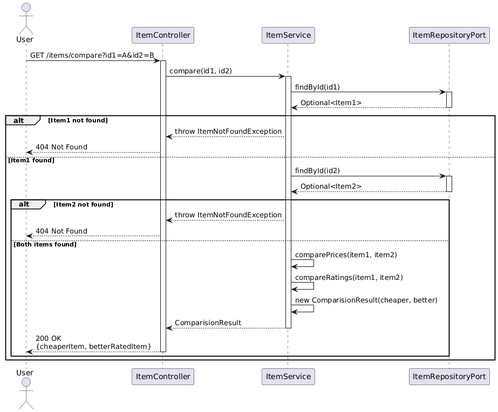
Before: docs/png/comparision.png, a diagram exported from PlantUML (LautaroGaray/hackerrank-api-items-comparision).
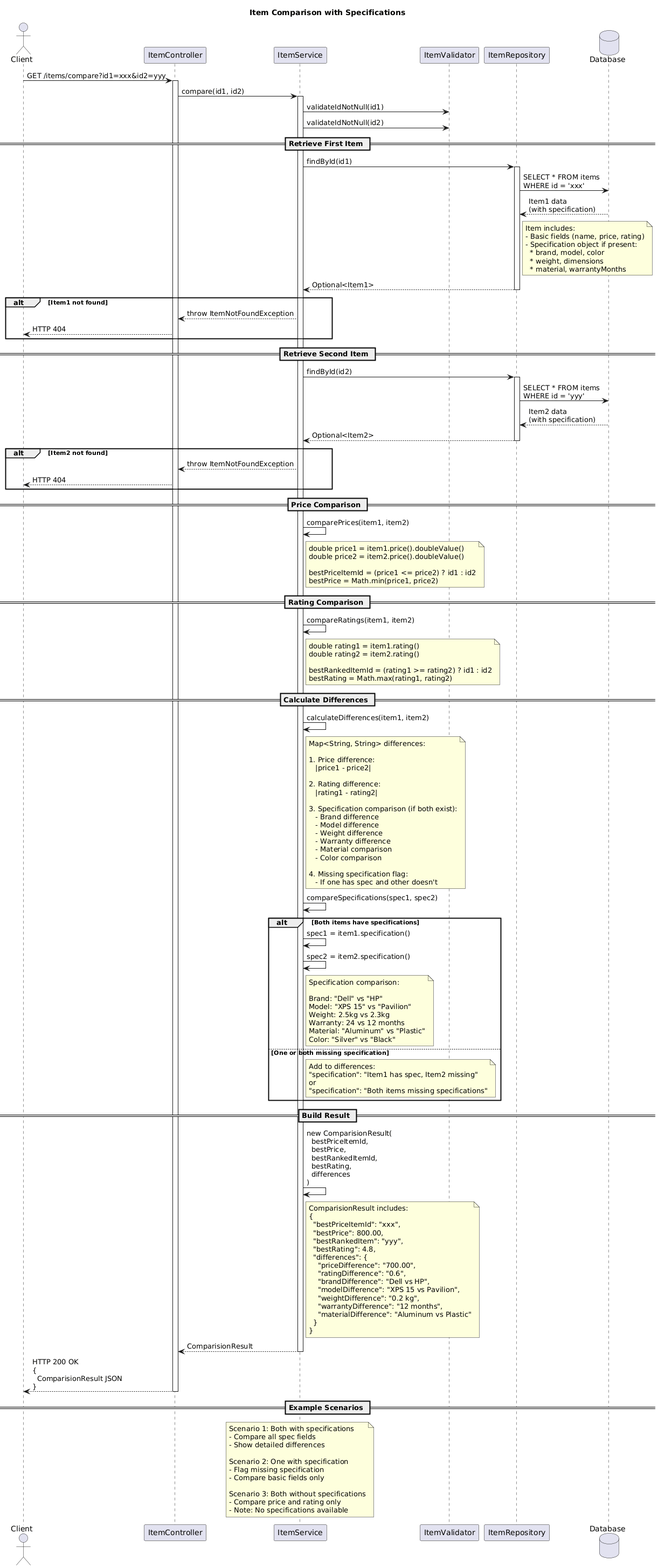
Later version of the same file.

Diff of the diagram source:
```diff
@@ -1,42 +1,177 @@
 @startuml
-actor User
-participant "ItemController" as Controller
-participant "ItemService" as Service
-participant "ItemRepositoryPort" as Repo
+actor Client
+participant ItemController
+participant ItemService
+participant ItemValidator
+participant ItemRepository
+database Database
 
-User -> Controller: GET /items/compare?id1=A&id2=B
-activate Controller
+title Item Comparison with Specifications
 
-Controller -> Service: compare(id1, id2)
-activate Service
+Client -> ItemController: GET /items/compare?id1=xxx&id2=yyy
+activate ItemController
 
-Service -> Repo: findById(id1)
-activate Repo
-Repo --> Service: Optional<Item1>
-deactivate Repo
+ItemController -> ItemService: compare(id1, id2)
+activate ItemService
+
+ItemService -> ItemValidator: validateIdNotNull(id1)
+ItemService -> ItemValidator: validateIdNotNull(id2)
+
+== Retrieve First Item ==
+
+ItemService -> ItemRepository: findById(id1)
+activate ItemRepository
+
+ItemRepository -> Database: SELECT * FROM items\nWHERE id = 'xxx'
+Database --> ItemRepository: Item1 data\n(with specification)
+
+note right of ItemRepository
+  Item includes:
+  - Basic fields (name, price, rating)
+  - Specification object if present:
+    * brand, model, color
+    * weight, dimensions
+    * material, warrantyMonths
+end note
+
+ItemRepository --> ItemService: Optional<Item1>
+deactivate ItemRepository
 
 alt Item1 not found
-  Service --> Controller: throw ItemNotFoundException
-  Controller --> User: 404 Not Found
-else Item1 found
-  Service -> Repo: findById(id2)
-  activate Repo
-  Repo --> Service: Optional<Item2>
-  deactivate Repo
+    ItemService --> ItemController: throw ItemNotFoundException
+    ItemController --> Client: HTTP 404
+end
 
-  alt Item2 not found
-    Service --> Controller: throw ItemNotFoundException
-    Controller --> User: 404 Not Found
-  else Both items found
-    Service -> Service: comparePrices(item1, item2)
-    Service -> Service: compareRatings(item1, item2)
-    Service -> Service: new ComparisionResult(cheaper, better)
+== Retrieve Second Item ==
 
-    Service --> Controller: ComparisionResult
-    deactivate Service
+ItemService -> ItemRepository: findById(id2)
+activate ItemRepository
 
-    Controller --> User: 200 OK\n{cheaperItem, betterRatedItem}
-    deactivate Controller
-  end
+ItemRepository -> Database: SELECT * FROM items\nWHERE id = 'yyy'
+Database --> ItemRepository: Item2 data\n(with specification)
+
+ItemRepository --> ItemService: Optional<Item2>
+deactivate ItemRepository
+
+alt Item2 not found
+    ItemService --> ItemController: throw ItemNotFoundException
+    ItemController --> Client: HTTP 404
 end
+
+== Price Comparison ==
+
+ItemService -> ItemService: comparePrices(item1, item2)
+note right of ItemService
+  double price1 = item1.price().doubleValue()
+  double price2 = item2.price().doubleValue()
+
+  bestPriceItemId = (price1 <= price2) ? id1 : id2
+  bestPrice = Math.min(price1, price2)
+end note
+
+== Rating Comparison ==
+
+ItemService -> ItemService: compareRatings(item1, item2)
+note right of ItemService
+  double rating1 = item1.rating()
+  double rating2 = item2.rating()
+
+  bestRankedItemId = (rating1 >= rating2) ? id1 : id2
+  bestRating = Math.max(rating1, rating2)
+end note
+
+== Calculate Differences ==
+
+ItemService -> ItemService: calculateDifferences(item1, item2)
+note right of ItemService
+  Map<String, String> differences:
+
+  1. Price difference:
+     |price1 - price2|
+
+  2. Rating difference:
+     |rating1 - rating2|
+
+  3. Specification comparison (if both exist):
+     - Brand difference
+     - Model difference
+     - Weight difference
+     - Warranty difference
+     - Material comparison
+     - Color comparison
+
+  4. Missing specification flag:
+     - If one has spec and other doesn't
+end note
+
+ItemService -> ItemService: compareSpecifications(spec1, spec2)
+
+alt Both items have specifications
+    ItemService -> ItemService: spec1 = item1.specification()
+    ItemService -> ItemService: spec2 = item2.specification()
+
+    note right of ItemService
+      Specification comparison:
+
+      Brand: "Dell" vs "HP"
+      Model: "XPS 15" vs "Pavilion"
+      Weight: 2.5kg vs 2.3kg
+      Warranty: 24 vs 12 months
+      Material: "Aluminum" vs "Plastic"
+      Color: "Silver" vs "Black"
+    end note
+
+else One or both missing specification
+    note right of ItemService
+      Add to differences:
+      "specification": "Item1 has spec, Item2 missing"
+      or
+      "specification": "Both items missing specifications"
+    end note
+end
+
+== Build Result ==
+
+ItemService -> ItemService: new ComparisionResult(\n  bestPriceItemId,\n  bestPrice,\n  bestRankedItemId,\n  bestRating,\n  differences\n)
+
+note right of ItemService
+  ComparisionResult includes:
+  {
+    "bestPriceItemId": "xxx",
+    "bestPrice": 800.00,
+    "bestRankedItem": "yyy",
+    "bestRating": 4.8,
+    "differences": {
+      "priceDifference": "700.00",
+      "ratingDifference": "0.6",
+      "brandDifference": "Dell vs HP",
+      "modelDifference": "XPS 15 vs Pavilion",
+      "weightDifference": "0.2 kg",
+      "warrantyDifference": "12 months",
+      "materialDifference": "Aluminum vs Plastic"
+    }
+  }
+end note
+
+ItemService --> ItemController: ComparisionResult
+deactivate ItemService
+
+ItemController --> Client: HTTP 200 OK\n{\n  ComparisionResult JSON\n}
+deactivate ItemController
+
+== Example Scenarios ==
+
+note over ItemService
+  Scenario 1: Both with specifications
+  - Compare all spec fields
+  - Show detailed differences
+
+  Scenario 2: One with specification
+  - Flag missing specification
+  - Compare basic fields only
+
+  Scenario 3: Both without specifications
+  - Compare price and rating only
+  - Note: No specifications available
+end note
 @enduml
```
